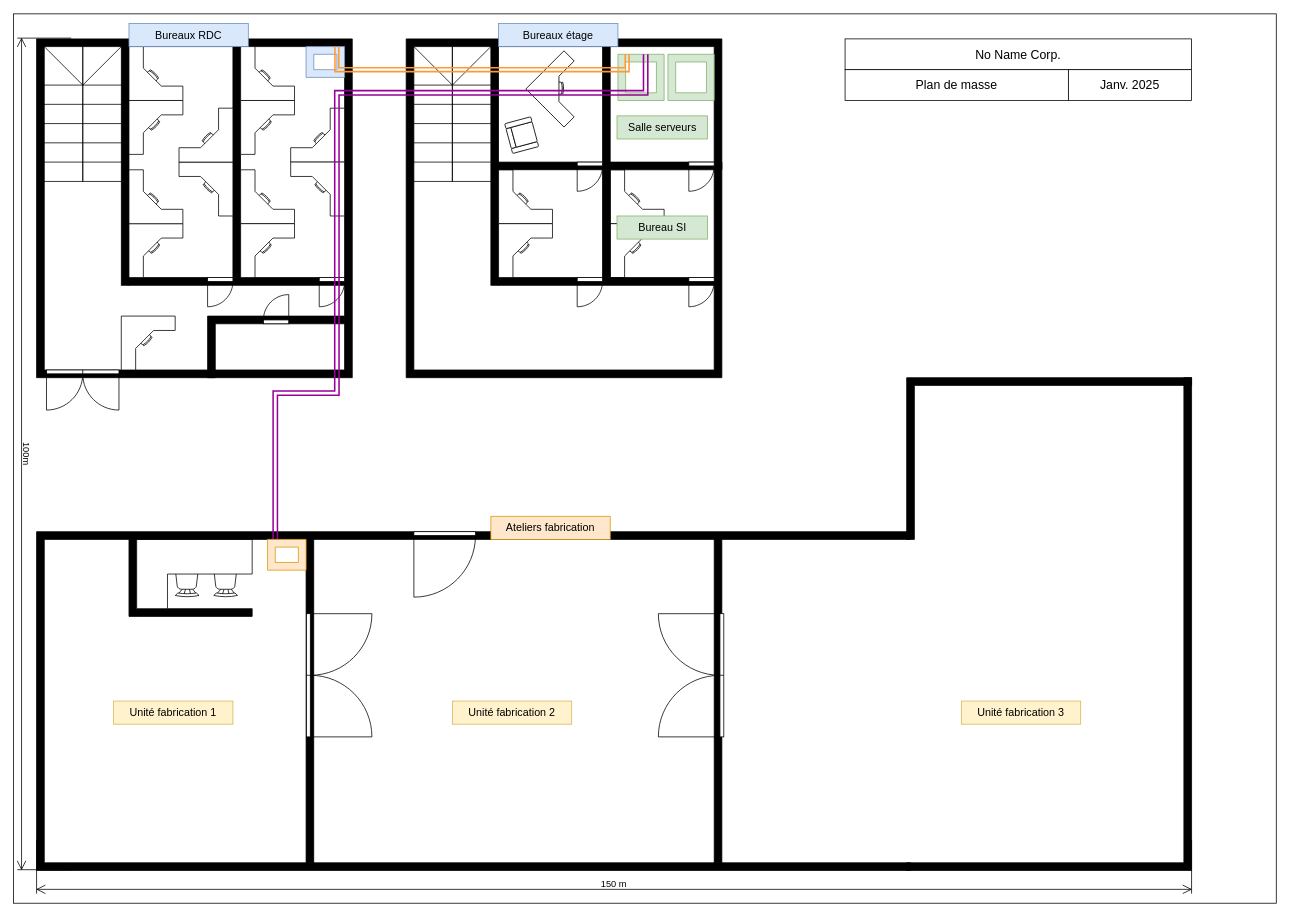
Before: page "Plan physique" (3 of 4) of 1-1-Materiel-physique/1.1-TP.drawio in No-Name-Academy/Networking-for-noobs, a draw.io diagram. Source tidied: cells renumbered, new cells numbered last; positions are measured from the earlier drawing's top-left corner, leaving out a move shared by most shapes. Both pictures are drawn from the tidied source at 77%, with x=0, y=0 at pixel (-372, 14).
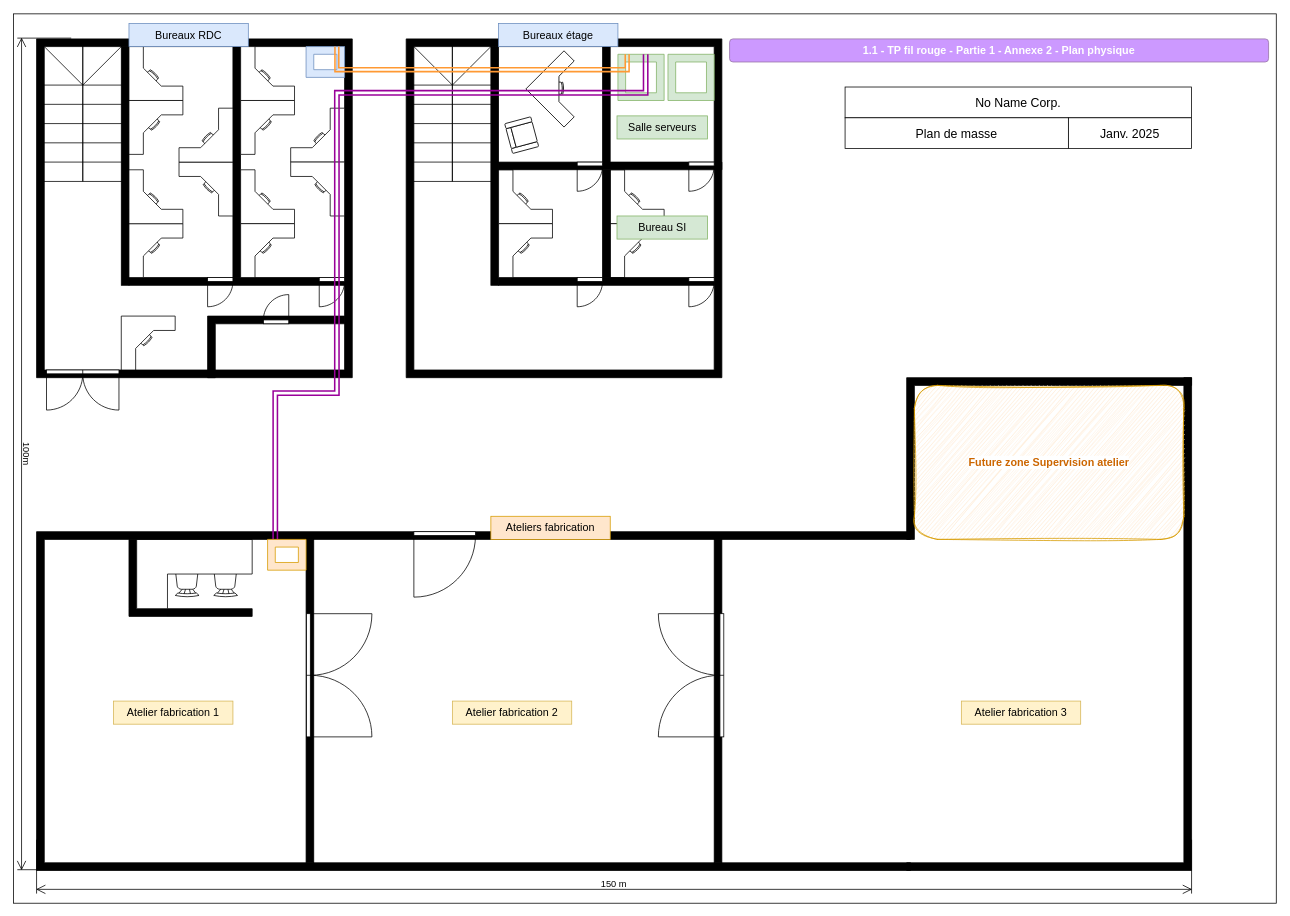
The same diagram, later.

What changed in the source:
```diff
@@
-    <mxCell id="2" style="rounded=0;whiteSpace=wrap;html=1;fillColor=none;" parent="1" vertex="1">
+    <mxCell id="2" style="rounded=0;whiteSpace=wrap;html=1;fillColor=default;" parent="1" vertex="1">
       <mxGeometry x="500" y="-0.5" width="1640" height="1155" as="geometry" />
     </mxCell>
@@
-    <mxCell id="63" value="Unité fabrication 1" style="text;html=1;align=center;verticalAlign=middle;whiteSpace=wrap;rounded=0;fillColor=#fff2cc;strokeColor=#d6b656;fontSize=14;" parent="1" vertex="1">
+    <mxCell id="63" value="Atelier fabrication 1" style="text;html=1;align=center;verticalAlign=middle;whiteSpace=wrap;rounded=0;fillColor=#fff2cc;strokeColor=#d6b656;fontSize=14;" parent="1" vertex="1">
       <mxGeometry x="630" y="892" width="155" height="30" as="geometry" />
     </mxCell>
-    <mxCell id="64" value="Unité fabrication 2" style="text;html=1;align=center;verticalAlign=middle;whiteSpace=wrap;rounded=0;fillColor=#fff2cc;strokeColor=#d6b656;fontSize=14;" parent="1" vertex="1">
+    <mxCell id="64" value="Atelier fabrication 2" style="text;html=1;align=center;verticalAlign=middle;whiteSpace=wrap;rounded=0;fillColor=#fff2cc;strokeColor=#d6b656;fontSize=14;" parent="1" vertex="1">
       <mxGeometry x="1070" y="892" width="155" height="30" as="geometry" />
     </mxCell>
-    <mxCell id="65" value="Unité fabrication 3" style="text;html=1;align=center;verticalAlign=middle;whiteSpace=wrap;rounded=0;fillColor=#fff2cc;strokeColor=#d6b656;fontSize=14;" parent="1" vertex="1">
+    <mxCell id="65" value="Atelier fabrication 3" style="text;html=1;align=center;verticalAlign=middle;whiteSpace=wrap;rounded=0;fillColor=#fff2cc;strokeColor=#d6b656;fontSize=14;" parent="1" vertex="1">
       <mxGeometry x="1731" y="892" width="155" height="30" as="geometry" />
     </mxCell>
     <mxCell id="66" value="No Name Corp." style="rounded=0;whiteSpace=wrap;html=1;fontSize=16;" parent="1" vertex="1">
-      <mxGeometry x="1580" y="32" width="450" height="40" as="geometry" />
+      <mxGeometry x="1580" y="94.5" width="450" height="40" as="geometry" />
     </mxCell>
     <mxCell id="67" value="Plan de masse" style="rounded=0;whiteSpace=wrap;html=1;fontSize=16;" parent="1" vertex="1">
-      <mxGeometry x="1580" y="72" width="290" height="40" as="geometry" />
+      <mxGeometry x="1580" y="134.5" width="290" height="40" as="geometry" />
     </mxCell>
     <mxCell id="68" value="Janv. 2025" style="rounded=0;whiteSpace=wrap;html=1;fontSize=16;" parent="1" vertex="1">
-      <mxGeometry x="1870" y="72" width="160" height="40" as="geometry" />
+      <mxGeometry x="1870" y="134.5" width="160" height="40" as="geometry" />
     </mxCell>
@@
+    <mxCell id="74" value="1.1 - TP fil rouge - Partie 1 - Annexe 2 - Plan physique" style="rounded=1;whiteSpace=wrap;html=1;fillColor=#CC99FF;strokeColor=#9673a6;fontColor=#FFFFFF;fontSize=14;fontStyle=1;" parent="1" vertex="1">
+      <mxGeometry x="1430" y="32" width="700" height="30" as="geometry" />
+    </mxCell>
+    <mxCell id="75" value="Future zone Supervision atelier" style="rounded=1;whiteSpace=wrap;html=1;fillColor=#ffe6cc;strokeColor=#d79b00;sketch=1;curveFitting=1;jiggle=2;fontSize=14;fontColor=#CC6600;labelBackgroundColor=default;fontStyle=1;" parent="1" vertex="1">
+      <mxGeometry x="1670" y="482" width="350" height="200" as="geometry" />
+    </mxCell>
```
